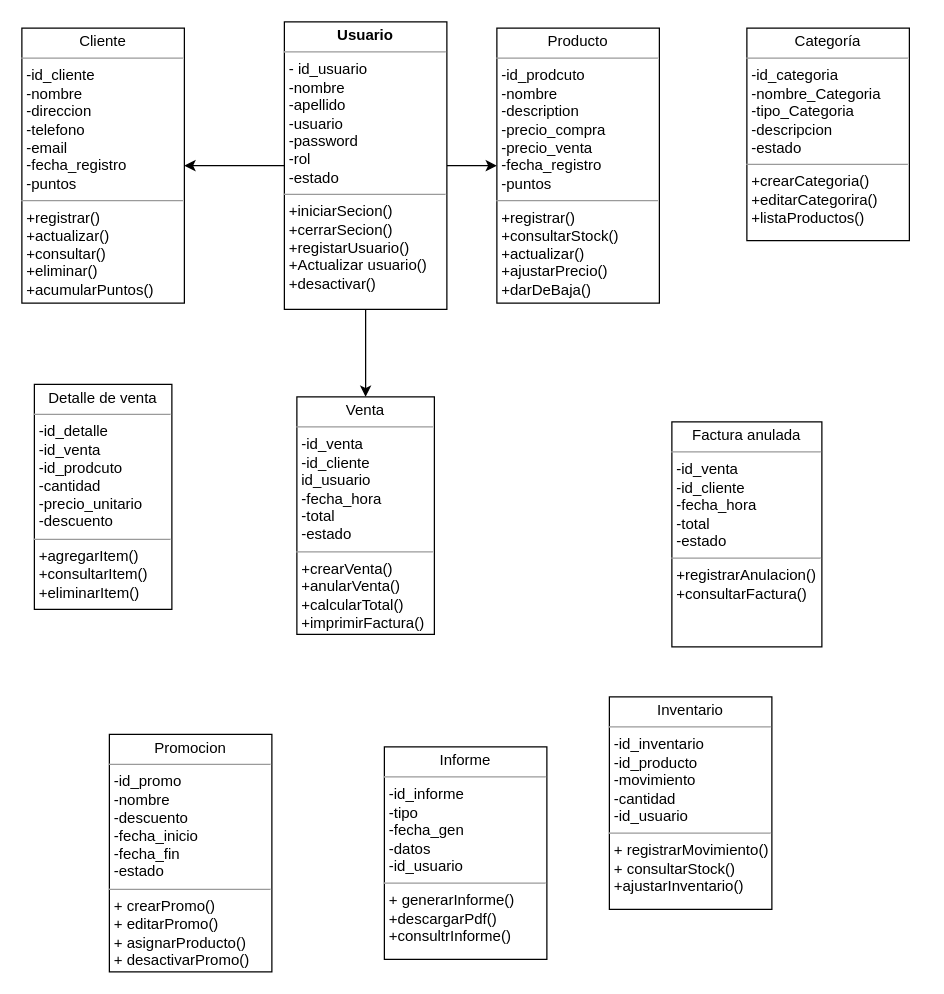
Earlier version of the draw.io diagram Diagrama sin título.drawio (Pyrean12/tuto-VSCODE). Source tidied: cells renumbered, new cells numbered last; positions are measured from the earlier drawing's top-left corner, leaving out a move shared by most shapes. Both pictures are drawn from the tidied source at 125%, with x=0, y=0 at pixel (21, 21).
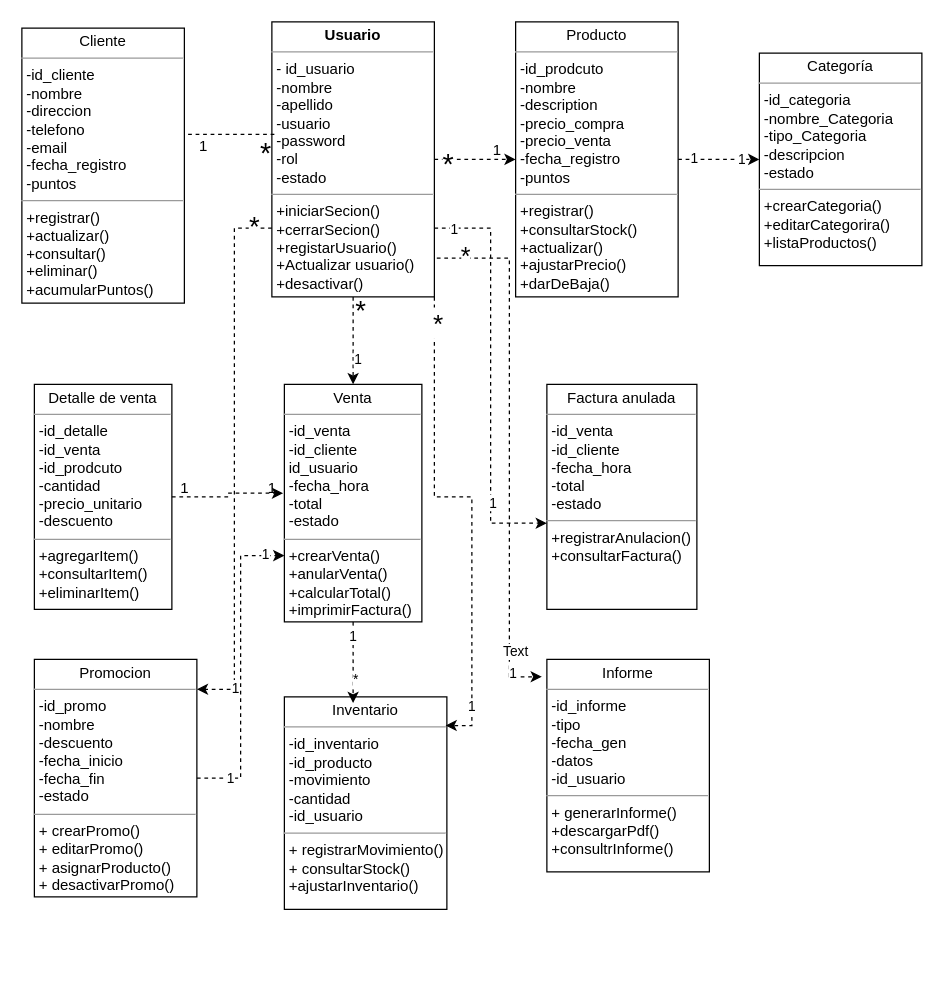
The same page after the edit.

The change refers to these unchanged cells:
```xml
<mxCell id="7" value="&lt;p style=&quot;margin:0px;margin-top:4px;text-align:center;&quot;&gt;Cliente&lt;/p&gt;&lt;hr size=&quot;1&quot;&gt;&lt;p style=&quot;margin:0px;margin-left:4px;&quot;&gt;-id_cliente&lt;/p&gt;&lt;p style=&quot;margin:0px;margin-left:4px;&quot;&gt;-nombre&lt;/p&gt;&lt;p style=&quot;margin:0px;margin-left:4px;&quot;&gt;-direccion&lt;/p&gt;&lt;p style=&quot;margin:0px;margin-left:4px;&quot;&gt;-telefono&lt;/p&gt;&lt;p style=&quot;margin:0px;margin-left:4px;&quot;&gt;-email&lt;/p&gt;&lt;p style=&quot;margin:0px;margin-left:4px;&quot;&gt;-fecha_registro&lt;/p&gt;&lt;p style=&quot;margin:0px;margin-left:4px;&quot;&gt;-puntos&lt;/p&gt;&lt;hr size=&quot;1&quot;&gt;&lt;p style=&quot;margin:0px;margin-left:4px;&quot;&gt;+registrar()&lt;/p&gt;&lt;p style=&quot;margin:0px;margin-left:4px;&quot;&gt;+actualizar()&lt;/p&gt;&lt;p style=&quot;margin:0px;margin-left:4px;&quot;&gt;+consultar()&lt;/p&gt;&lt;p style=&quot;margin:0px;margin-left:4px;&quot;&gt;+eliminar()&lt;/p&gt;&lt;p style=&quot;margin:0px;margin-left:4px;&quot;&gt;+acumularPuntos()&lt;/p&gt;" style="verticalAlign=top;align=left;overflow=fill;fontSize=12;fontFamily=Helvetica;html=1;rounded=0;shadow=0;comic=0;labelBackgroundColor=none;strokeWidth=1;" parent="1" vertex="1">
  <mxGeometry y="5" width="130" height="220" as="geometry" />
</mxCell>
<mxCell id="11" value="&lt;p style=&quot;margin:0px;margin-top:4px;text-align:center;&quot;&gt;Detalle de venta&lt;/p&gt;&lt;hr size=&quot;1&quot;&gt;&lt;p style=&quot;margin:0px;margin-left:4px;&quot;&gt;-id_detalle&lt;/p&gt;&lt;p style=&quot;margin:0px;margin-left:4px;&quot;&gt;-id_venta&lt;/p&gt;&lt;p style=&quot;margin:0px;margin-left:4px;&quot;&gt;-id_prodcuto&lt;/p&gt;&lt;p style=&quot;margin:0px;margin-left:4px;&quot;&gt;-cantidad&lt;/p&gt;&lt;p style=&quot;margin:0px;margin-left:4px;&quot;&gt;-precio_unitario&lt;/p&gt;&lt;p style=&quot;margin:0px;margin-left:4px;&quot;&gt;-descuento&lt;/p&gt;&lt;hr size=&quot;1&quot;&gt;&lt;p style=&quot;margin:0px;margin-left:4px;&quot;&gt;+agregarItem()&lt;/p&gt;&lt;p style=&quot;margin:0px;margin-left:4px;&quot;&gt;+consultarItem()&lt;/p&gt;&lt;p style=&quot;margin:0px;margin-left:4px;&quot;&gt;+eliminarItem()&lt;/p&gt;" style="verticalAlign=top;align=left;overflow=fill;fontSize=12;fontFamily=Helvetica;html=1;rounded=0;shadow=0;comic=0;labelBackgroundColor=none;strokeWidth=1;" parent="1" vertex="1">
  <mxGeometry x="10" y="290" width="110" height="180" as="geometry" />
</mxCell>
```

Diff of the diagram source:
```diff
@@
     <mxCell id="2" value="&lt;p style=&quot;margin:0px;margin-top:4px;text-align:center;&quot;&gt;Promocion&lt;/p&gt;&lt;hr size=&quot;1&quot;&gt;&lt;p style=&quot;margin:0px;margin-left:4px;&quot;&gt;-id_promo&lt;/p&gt;&lt;p style=&quot;margin:0px;margin-left:4px;&quot;&gt;-nombre&lt;/p&gt;&lt;p style=&quot;margin:0px;margin-left:4px;&quot;&gt;-descuento&lt;/p&gt;&lt;p style=&quot;margin:0px;margin-left:4px;&quot;&gt;-fecha_inicio&lt;/p&gt;&lt;p style=&quot;margin:0px;margin-left:4px;&quot;&gt;-fecha_fin&lt;/p&gt;&lt;p style=&quot;margin:0px;margin-left:4px;&quot;&gt;-estado&lt;/p&gt;&lt;hr size=&quot;1&quot;&gt;&lt;p style=&quot;margin:0px;margin-left:4px;&quot;&gt;+ crearPromo()&lt;/p&gt;&lt;p style=&quot;margin:0px;margin-left:4px;&quot;&gt;+ editarPromo()&lt;/p&gt;&lt;p style=&quot;margin:0px;margin-left:4px;&quot;&gt;+ asignarProducto()&lt;/p&gt;&lt;p style=&quot;margin:0px;margin-left:4px;&quot;&gt;+ desactivarPromo()&lt;/p&gt;" style="verticalAlign=top;align=left;overflow=fill;fontSize=12;fontFamily=Helvetica;html=1;rounded=0;shadow=0;comic=0;labelBackgroundColor=none;strokeWidth=1;" parent="1" vertex="1">
-      <mxGeometry x="70" y="570" width="130" height="190" as="geometry" />
+      <mxGeometry x="10" y="510" width="130" height="190" as="geometry" />
     </mxCell>
-    <mxCell id="3" style="edgeStyle=orthogonalEdgeStyle;rounded=0;jettySize=auto;html=1;" parent="1" edge="1" source="6" target="7">
-      <mxGeometry relative="1" as="geometry" />
-    </mxCell>
-    <mxCell id="4" style="edgeStyle=orthogonalEdgeStyle;rounded=0;jettySize=auto;html=1;entryX=0;entryY=0.5;entryDx=0;entryDy=0;" parent="1" edge="1" source="6" target="9">
+    <mxCell id="4" style="edgeStyle=orthogonalEdgeStyle;rounded=0;jettySize=auto;html=1;entryX=0;entryY=0.5;entryDx=0;entryDy=0;dashed=1;" parent="1" edge="1" source="6" target="9">
       <mxGeometry relative="1" as="geometry" />
     </mxCell>
+    <mxCell id="15" value="*" style="edgeLabel;html=1;align=center;verticalAlign=middle;fontSize=23;" parent="4" vertex="1">
+      <mxGeometry x="-0.7" relative="1" as="geometry">
+        <mxPoint y="3" as="offset" />
+      </mxGeometry>
+    </mxCell>
-    <mxCell id="5" style="edgeStyle=orthogonalEdgeStyle;rounded=0;jettySize=auto;html=1;entryX=0.5;entryY=0;entryDx=0;entryDy=0;" parent="1" edge="1" source="6" target="8">
+    <mxCell id="5" style="edgeStyle=orthogonalEdgeStyle;rounded=0;jettySize=auto;html=1;entryX=0.5;entryY=0;entryDx=0;entryDy=0;dashed=1;" parent="1" edge="1" source="6" target="8">
       <mxGeometry relative="1" as="geometry" />
     </mxCell>
+    <mxCell id="16" value="&lt;font style=&quot;font-size: 22px;&quot;&gt;*&lt;/font&gt;" style="edgeLabel;html=1;align=center;verticalAlign=middle;" parent="5" vertex="1">
+      <mxGeometry x="-0.69" y="1" relative="1" as="geometry">
+        <mxPoint x="4" as="offset" />
+      </mxGeometry>
+    </mxCell>
+    <mxCell id="17" value="1" style="edgeLabel;html=1;align=center;verticalAlign=middle;" parent="5" vertex="1">
+      <mxGeometry x="0.4" y="3" relative="1" as="geometry" />
+    </mxCell>
+    <mxCell id="18" style="edgeStyle=orthogonalEdgeStyle;rounded=0;jettySize=auto;html=1;exitX=1;exitY=0.75;exitDx=0;exitDy=0;entryX=0;entryY=0.617;entryDx=0;entryDy=0;entryPerimeter=0;dashed=1;" parent="1" edge="1" source="6" target="12">
+      <mxGeometry relative="1" as="geometry" />
+    </mxCell>
+    <mxCell id="19" value="1" style="edgeLabel;html=1;align=center;verticalAlign=middle;" parent="18" vertex="1">
+      <mxGeometry x="-0.91" relative="1" as="geometry" />
+    </mxCell>
+    <mxCell id="20" value="1" style="edgeLabel;html=1;align=center;verticalAlign=middle;" parent="18" vertex="1">
+      <mxGeometry x="0.62" y="1" relative="1" as="geometry" />
+    </mxCell>
     <mxCell id="6" value="&lt;p style=&quot;margin:0px;margin-top:4px;text-align:center;&quot;&gt;&lt;b&gt;Usuario&lt;/b&gt;&lt;/p&gt;&lt;hr size=&quot;1&quot;&gt;&lt;p style=&quot;margin:0px;margin-left:4px;&quot;&gt;- id_usuario&lt;/p&gt;&lt;p style=&quot;margin:0px;margin-left:4px;&quot;&gt;-nombre&lt;/p&gt;&lt;p style=&quot;margin:0px;margin-left:4px;&quot;&gt;-apellido&amp;nbsp;&lt;/p&gt;&lt;p style=&quot;margin:0px;margin-left:4px;&quot;&gt;-usuario&lt;/p&gt;&lt;p style=&quot;margin:0px;margin-left:4px;&quot;&gt;-password&lt;/p&gt;&lt;p style=&quot;margin:0px;margin-left:4px;&quot;&gt;-rol&lt;/p&gt;&lt;p style=&quot;margin:0px;margin-left:4px;&quot;&gt;-estado&lt;/p&gt;&lt;hr size=&quot;1&quot;&gt;&lt;p style=&quot;margin:0px;margin-left:4px;&quot;&gt;+iniciarSecion()&lt;/p&gt;&lt;p style=&quot;margin:0px;margin-left:4px;&quot;&gt;+cerrarSecion()&lt;/p&gt;&lt;p style=&quot;margin:0px;margin-left:4px;&quot;&gt;+registarUsuario()&lt;/p&gt;&lt;p style=&quot;margin:0px;margin-left:4px;&quot;&gt;+Actualizar usuario()&lt;/p&gt;&lt;p style=&quot;margin:0px;margin-left:4px;&quot;&gt;+desactivar()&lt;/p&gt;" style="verticalAlign=top;align=left;overflow=fill;fontSize=12;fontFamily=Helvetica;html=1;rounded=0;shadow=0;comic=0;labelBackgroundColor=none;strokeWidth=1;" parent="1" vertex="1">
-      <mxGeometry x="210" width="130" height="230" as="geometry" />
+      <mxGeometry x="200" width="130" height="220" as="geometry" />
     </mxCell>
@@
     <mxCell id="8" value="&lt;p style=&quot;margin:0px;margin-top:4px;text-align:center;&quot;&gt;Venta&lt;/p&gt;&lt;hr size=&quot;1&quot;&gt;&lt;p style=&quot;margin:0px;margin-left:4px;&quot;&gt;-id_venta&lt;/p&gt;&lt;p style=&quot;margin:0px;margin-left:4px;&quot;&gt;-id_cliente&lt;/p&gt;&lt;p style=&quot;margin:0px;margin-left:4px;&quot;&gt;id_usuario&lt;/p&gt;&lt;p style=&quot;margin:0px;margin-left:4px;&quot;&gt;-fecha_hora&lt;/p&gt;&lt;p style=&quot;margin:0px;margin-left:4px;&quot;&gt;-total&lt;/p&gt;&lt;p style=&quot;margin:0px;margin-left:4px;&quot;&gt;-estado&lt;/p&gt;&lt;hr size=&quot;1&quot;&gt;&lt;p style=&quot;margin:0px;margin-left:4px;&quot;&gt;+crearVenta()&lt;/p&gt;&lt;p style=&quot;margin:0px;margin-left:4px;&quot;&gt;+anularVenta()&lt;/p&gt;&lt;p style=&quot;margin:0px;margin-left:4px;&quot;&gt;+calcularTotal()&lt;/p&gt;&lt;p style=&quot;margin:0px;margin-left:4px;&quot;&gt;+imprimirFactura()&lt;/p&gt;" style="verticalAlign=top;align=left;overflow=fill;fontSize=12;fontFamily=Helvetica;html=1;rounded=0;shadow=0;comic=0;labelBackgroundColor=none;strokeWidth=1;" parent="1" vertex="1">
-      <mxGeometry x="220" y="300" width="110" height="190" as="geometry" />
+      <mxGeometry x="210" y="290" width="110" height="190" as="geometry" />
     </mxCell>
+    <mxCell id="21" style="edgeStyle=orthogonalEdgeStyle;rounded=0;jettySize=auto;html=1;dashed=1;" parent="1" edge="1" source="9" target="10">
+      <mxGeometry relative="1" as="geometry" />
+    </mxCell>
+    <mxCell id="22" value="1" style="edgeLabel;html=1;align=center;verticalAlign=middle;" parent="21" vertex="1">
+      <mxGeometry x="-0.63" y="2" relative="1" as="geometry" />
+    </mxCell>
+    <mxCell id="23" value="1" style="edgeLabel;html=1;align=center;verticalAlign=middle;" parent="21" vertex="1">
+      <mxGeometry x="0.53" y="1" relative="1" as="geometry" />
+    </mxCell>
     <mxCell id="9" value="&lt;p style=&quot;margin:0px;margin-top:4px;text-align:center;&quot;&gt;Producto&lt;/p&gt;&lt;hr size=&quot;1&quot;&gt;&lt;p style=&quot;margin:0px;margin-left:4px;&quot;&gt;-id_prodcuto&lt;/p&gt;&lt;p style=&quot;margin:0px;margin-left:4px;&quot;&gt;-nombre&lt;/p&gt;&lt;p style=&quot;margin:0px;margin-left:4px;&quot;&gt;-description&lt;/p&gt;&lt;p style=&quot;margin:0px;margin-left:4px;&quot;&gt;-precio_compra&lt;/p&gt;&lt;p style=&quot;margin:0px;margin-left:4px;&quot;&gt;-precio_venta&lt;/p&gt;&lt;p style=&quot;margin:0px;margin-left:4px;&quot;&gt;-fecha_registro&lt;/p&gt;&lt;p style=&quot;margin:0px;margin-left:4px;&quot;&gt;-puntos&lt;/p&gt;&lt;hr size=&quot;1&quot;&gt;&lt;p style=&quot;margin:0px;margin-left:4px;&quot;&gt;+registrar()&lt;/p&gt;&lt;p style=&quot;margin:0px;margin-left:4px;&quot;&gt;+consultarStock()&lt;/p&gt;&lt;p style=&quot;margin:0px;margin-left:4px;&quot;&gt;+actualizar()&lt;/p&gt;&lt;p style=&quot;margin:0px;margin-left:4px;&quot;&gt;+ajustarPrecio()&lt;/p&gt;&lt;p style=&quot;margin:0px;margin-left:4px;&quot;&gt;+darDeBaja()&lt;/p&gt;&lt;p style=&quot;margin:0px;margin-left:4px;&quot;&gt;&lt;br&gt;&lt;/p&gt;" style="verticalAlign=top;align=left;overflow=fill;fontSize=12;fontFamily=Helvetica;html=1;rounded=0;shadow=0;comic=0;labelBackgroundColor=none;strokeWidth=1;" parent="1" vertex="1">
-      <mxGeometry x="380" y="5" width="130" height="220" as="geometry" />
+      <mxGeometry x="395" width="130" height="220" as="geometry" />
     </mxCell>
     <mxCell id="10" value="&lt;p style=&quot;margin:0px;margin-top:4px;text-align:center;&quot;&gt;Categoría&lt;/p&gt;&lt;hr size=&quot;1&quot;&gt;&lt;p style=&quot;margin:0px;margin-left:4px;&quot;&gt;-id_categoria&lt;br&gt;&lt;/p&gt;&lt;p style=&quot;margin:0px;margin-left:4px;&quot;&gt;-nombre_Categoria&lt;/p&gt;&lt;p style=&quot;margin:0px;margin-left:4px;&quot;&gt;-tipo_Categoria&lt;/p&gt;&lt;p style=&quot;margin:0px;margin-left:4px;&quot;&gt;-descripcion&lt;/p&gt;&lt;p style=&quot;margin:0px;margin-left:4px;&quot;&gt;-estado&lt;/p&gt;&lt;hr size=&quot;1&quot;&gt;&lt;p style=&quot;margin:0px;margin-left:4px;&quot;&gt;+crearCategoria()&lt;/p&gt;&lt;p style=&quot;margin:0px;margin-left:4px;&quot;&gt;+editarCategorira()&lt;/p&gt;&lt;p style=&quot;margin:0px;margin-left:4px;&quot;&gt;+listaProductos()&lt;/p&gt;" style="verticalAlign=top;align=left;overflow=fill;fontSize=12;fontFamily=Helvetica;html=1;rounded=0;shadow=0;comic=0;labelBackgroundColor=none;strokeWidth=1;" parent="1" vertex="1">
-      <mxGeometry x="580" y="5" width="130" height="170" as="geometry" />
+      <mxGeometry x="590" y="25" width="130" height="170" as="geometry" />
     </mxCell>
@@
     <mxCell id="12" value="&lt;p style=&quot;margin:0px;margin-top:4px;text-align:center;&quot;&gt;Factura anulada&lt;/p&gt;&lt;hr size=&quot;1&quot;&gt;&lt;p style=&quot;margin:0px;margin-left:4px;&quot;&gt;-id_venta&lt;/p&gt;&lt;p style=&quot;margin:0px;margin-left:4px;&quot;&gt;-id_cliente&lt;/p&gt;&lt;p style=&quot;margin:0px;margin-left:4px;&quot;&gt;-fecha_hora&lt;/p&gt;&lt;p style=&quot;margin:0px;margin-left:4px;&quot;&gt;-total&lt;/p&gt;&lt;p style=&quot;margin:0px;margin-left:4px;&quot;&gt;-estado&lt;/p&gt;&lt;hr size=&quot;1&quot;&gt;&lt;p style=&quot;margin:0px;margin-left:4px;&quot;&gt;+registrarAnulacion()&lt;/p&gt;&lt;p style=&quot;margin:0px;margin-left:4px;&quot;&gt;+consultarFactura()&lt;/p&gt;" style="verticalAlign=top;align=left;overflow=fill;fontSize=12;fontFamily=Helvetica;html=1;rounded=0;shadow=0;comic=0;labelBackgroundColor=none;strokeWidth=1;" parent="1" vertex="1">
-      <mxGeometry x="520" y="320" width="120" height="180" as="geometry" />
+      <mxGeometry x="420" y="290" width="120" height="180" as="geometry" />
     </mxCell>
     <mxCell id="13" value="&lt;p style=&quot;margin:0px;margin-top:4px;text-align:center;&quot;&gt;Informe&lt;/p&gt;&lt;hr size=&quot;1&quot;&gt;&lt;p style=&quot;margin:0px;margin-left:4px;&quot;&gt;-id_informe&lt;/p&gt;&lt;p style=&quot;margin:0px;margin-left:4px;&quot;&gt;-tipo&lt;/p&gt;&lt;p style=&quot;margin:0px;margin-left:4px;&quot;&gt;-fecha_gen&lt;/p&gt;&lt;p style=&quot;margin:0px;margin-left:4px;&quot;&gt;-datos&lt;/p&gt;&lt;p style=&quot;margin:0px;margin-left:4px;&quot;&gt;-id_usuario&lt;/p&gt;&lt;hr size=&quot;1&quot;&gt;&lt;p style=&quot;margin:0px;margin-left:4px;&quot;&gt;+ generarInforme()&lt;br&gt;&lt;/p&gt;&lt;p style=&quot;margin:0px;margin-left:4px;&quot;&gt;+descargarPdf()&lt;/p&gt;&lt;p style=&quot;margin:0px;margin-left:4px;&quot;&gt;+consultrInforme()&lt;/p&gt;" style="verticalAlign=top;align=left;overflow=fill;fontSize=12;fontFamily=Helvetica;html=1;rounded=0;shadow=0;comic=0;labelBackgroundColor=none;strokeWidth=1;" parent="1" vertex="1">
-      <mxGeometry x="290" y="580" width="130" height="170" as="geometry" />
+      <mxGeometry x="420" y="510" width="130" height="170" as="geometry" />
     </mxCell>
     <mxCell id="14" value="&lt;p style=&quot;margin:0px;margin-top:4px;text-align:center;&quot;&gt;Inventario&lt;/p&gt;&lt;hr size=&quot;1&quot;&gt;&lt;p style=&quot;margin:0px;margin-left:4px;&quot;&gt;-id_inventario&lt;br&gt;&lt;/p&gt;&lt;p style=&quot;margin:0px;margin-left:4px;&quot;&gt;-id_producto&lt;/p&gt;&lt;p style=&quot;margin:0px;margin-left:4px;&quot;&gt;-movimiento&lt;/p&gt;&lt;p style=&quot;margin:0px;margin-left:4px;&quot;&gt;-cantidad&lt;/p&gt;&lt;p style=&quot;margin:0px;margin-left:4px;&quot;&gt;-id_usuario&lt;/p&gt;&lt;hr size=&quot;1&quot;&gt;&lt;p style=&quot;margin:0px;margin-left:4px;&quot;&gt;+ registrarMovimiento()&lt;/p&gt;&lt;p style=&quot;margin:0px;margin-left:4px;&quot;&gt;+ consultarStock()&lt;/p&gt;&lt;p style=&quot;margin:0px;margin-left:4px;&quot;&gt;+ajustarInventario()&lt;/p&gt;" style="verticalAlign=top;align=left;overflow=fill;fontSize=12;fontFamily=Helvetica;html=1;rounded=0;shadow=0;comic=0;labelBackgroundColor=none;strokeWidth=1;" parent="1" vertex="1">
-      <mxGeometry x="470" y="540" width="130" height="170" as="geometry" />
+      <mxGeometry x="210" y="540" width="130" height="170" as="geometry" />
     </mxCell>
+    <mxCell id="24" style="endArrow=none;dashed=1;html=1;rounded=0;exitX=1.023;exitY=0.386;exitDx=0;exitDy=0;exitPerimeter=0;entryX=0.733;entryY=0.125;entryDx=0;entryDy=0;entryPerimeter=0;" parent="1" edge="1" source="7" target="25">
+      <mxGeometry relative="1" as="geometry" />
+    </mxCell>
+    <mxCell id="25" value="*" style="text;html=1;align=center;verticalAlign=middle;points=[];strokeColor=none;fillColor=none;fontSize=23;" parent="1" vertex="1">
+      <mxGeometry x="180" y="85" width="30" height="40" as="geometry" />
+    </mxCell>
+    <mxCell id="26" value="1" style="text;html=1;align=center;verticalAlign=middle;strokeColor=none;fillColor=none;" parent="1" vertex="1">
+      <mxGeometry x="130" y="85" width="30" height="30" as="geometry" />
+    </mxCell>
+    <mxCell id="27" value="1" style="text;html=1;align=center;verticalAlign=middle;strokeColor=none;fillColor=none;" parent="1" vertex="1">
+      <mxGeometry x="365" y="88" width="30" height="30" as="geometry" />
+    </mxCell>
+    <mxCell id="28" style="edgeStyle=orthogonalEdgeStyle;rounded=0;jettySize=auto;html=1;entryX=-0.009;entryY=0.458;entryDx=0;entryDy=0;entryPerimeter=0;dashed=1;" parent="1" edge="1" source="11" target="8">
+      <mxGeometry relative="1" as="geometry" />
+    </mxCell>
+    <mxCell id="29" value="1" style="text;html=1;align=center;verticalAlign=middle;strokeColor=none;fillColor=none;" parent="1" vertex="1">
+      <mxGeometry x="115" y="358" width="30" height="30" as="geometry" />
+    </mxCell>
+    <mxCell id="30" value="1" style="text;html=1;align=center;verticalAlign=middle;strokeColor=none;fillColor=none;" parent="1" vertex="1">
+      <mxGeometry x="185" y="358" width="30" height="30" as="geometry" />
+    </mxCell>
+    <mxCell id="31" style="edgeStyle=orthogonalEdgeStyle;rounded=0;jettySize=auto;html=1;entryX=0;entryY=0.721;entryDx=0;entryDy=0;entryPerimeter=0;dashed=1;" parent="1" edge="1" source="2" target="8">
+      <mxGeometry relative="1" as="geometry" />
+    </mxCell>
+    <mxCell id="32" value="1" style="edgeLabel;html=1;align=center;verticalAlign=middle;" parent="31" vertex="1">
+      <mxGeometry x="-0.79" y="1" relative="1" as="geometry" />
+    </mxCell>
+    <mxCell id="33" value="1" style="edgeLabel;html=1;align=center;verticalAlign=middle;" parent="31" vertex="1">
+      <mxGeometry x="0.88" y="1" relative="1" as="geometry" />
+    </mxCell>
+    <mxCell id="34" style="edgeStyle=orthogonalEdgeStyle;rounded=0;jettySize=auto;html=1;exitX=0;exitY=0.75;exitDx=0;exitDy=0;entryX=1;entryY=0.126;entryDx=0;entryDy=0;entryPerimeter=0;dashed=1;" parent="1" edge="1" source="6" target="2">
+      <mxGeometry relative="1" as="geometry" />
+    </mxCell>
+    <mxCell id="35" value="&lt;font style=&quot;font-size: 22px;&quot;&gt;*&lt;/font&gt;" style="edgeLabel;html=1;align=center;verticalAlign=middle;" parent="34" vertex="1">
+      <mxGeometry x="-0.93" y="-1" relative="1" as="geometry" />
+    </mxCell>
+    <mxCell id="36" value="1" style="edgeLabel;html=1;align=center;verticalAlign=middle;" parent="34" vertex="1">
+      <mxGeometry x="0.85" relative="1" as="geometry" />
+    </mxCell>
+    <mxCell id="37" style="edgeStyle=orthogonalEdgeStyle;rounded=0;jettySize=auto;html=1;exitX=1.015;exitY=0.859;exitDx=0;exitDy=0;entryX=-0.031;entryY=0.082;entryDx=0;entryDy=0;entryPerimeter=0;dashed=1;exitPerimeter=0;" parent="1" edge="1" source="6" target="13">
+      <mxGeometry relative="1" as="geometry">
+        <Array as="points">
+          <mxPoint x="390" y="189" />
+          <mxPoint x="390" y="524" />
+        </Array>
+      </mxGeometry>
+    </mxCell>
+    <mxCell id="38" value="&lt;font style=&quot;font-size: 20px;&quot;&gt;*&lt;/font&gt;" style="edgeLabel;html=1;align=center;verticalAlign=middle;" parent="37" vertex="1">
+      <mxGeometry x="-0.89" y="2" relative="1" as="geometry" />
+    </mxCell>
+    <mxCell id="39" value="1" style="edgeLabel;html=1;align=center;verticalAlign=middle;" parent="37" vertex="1">
+      <mxGeometry x="0.86" y="2" relative="1" as="geometry" />
+    </mxCell>
+    <mxCell id="40" value="Text" style="edgeLabel;html=1;align=center;verticalAlign=middle;" parent="37" vertex="1">
+      <mxGeometry x="0.78" y="4" relative="1" as="geometry" />
+    </mxCell>
+    <mxCell id="41" style="edgeStyle=orthogonalEdgeStyle;rounded=0;jettySize=auto;html=1;exitX=0.5;exitY=1;exitDx=0;exitDy=0;entryX=0.423;entryY=0.029;entryDx=0;entryDy=0;entryPerimeter=0;dashed=1;" parent="1" edge="1" source="8" target="14">
+      <mxGeometry relative="1" as="geometry" />
+    </mxCell>
+    <mxCell id="42" value="1" style="edgeLabel;html=1;align=center;verticalAlign=middle;" parent="41" vertex="1">
+      <mxGeometry x="-0.63" relative="1" as="geometry" />
+    </mxCell>
+    <mxCell id="43" value="*" style="edgeLabel;html=1;align=center;verticalAlign=middle;" parent="41" vertex="1">
+      <mxGeometry x="0.39" y="2" relative="1" as="geometry" />
+    </mxCell>
+    <mxCell id="44" style="edgeStyle=orthogonalEdgeStyle;rounded=0;jettySize=auto;html=1;exitX=1;exitY=1;exitDx=0;exitDy=0;entryX=0.992;entryY=0.135;entryDx=0;entryDy=0;entryPerimeter=0;dashed=1;" parent="1" edge="1" source="6" target="14">
+      <mxGeometry relative="1" as="geometry" />
+    </mxCell>
+    <mxCell id="45" value="&lt;font style=&quot;font-size: 21px;&quot;&gt;*&lt;/font&gt;" style="edgeLabel;html=1;align=center;verticalAlign=middle;" parent="44" vertex="1">
+      <mxGeometry x="-0.9" y="2" relative="1" as="geometry" />
+    </mxCell>
+    <mxCell id="46" value="1" style="edgeLabel;html=1;align=center;verticalAlign=middle;" parent="44" vertex="1">
+      <mxGeometry x="0.81" y="-1" relative="1" as="geometry" />
+    </mxCell>
```
